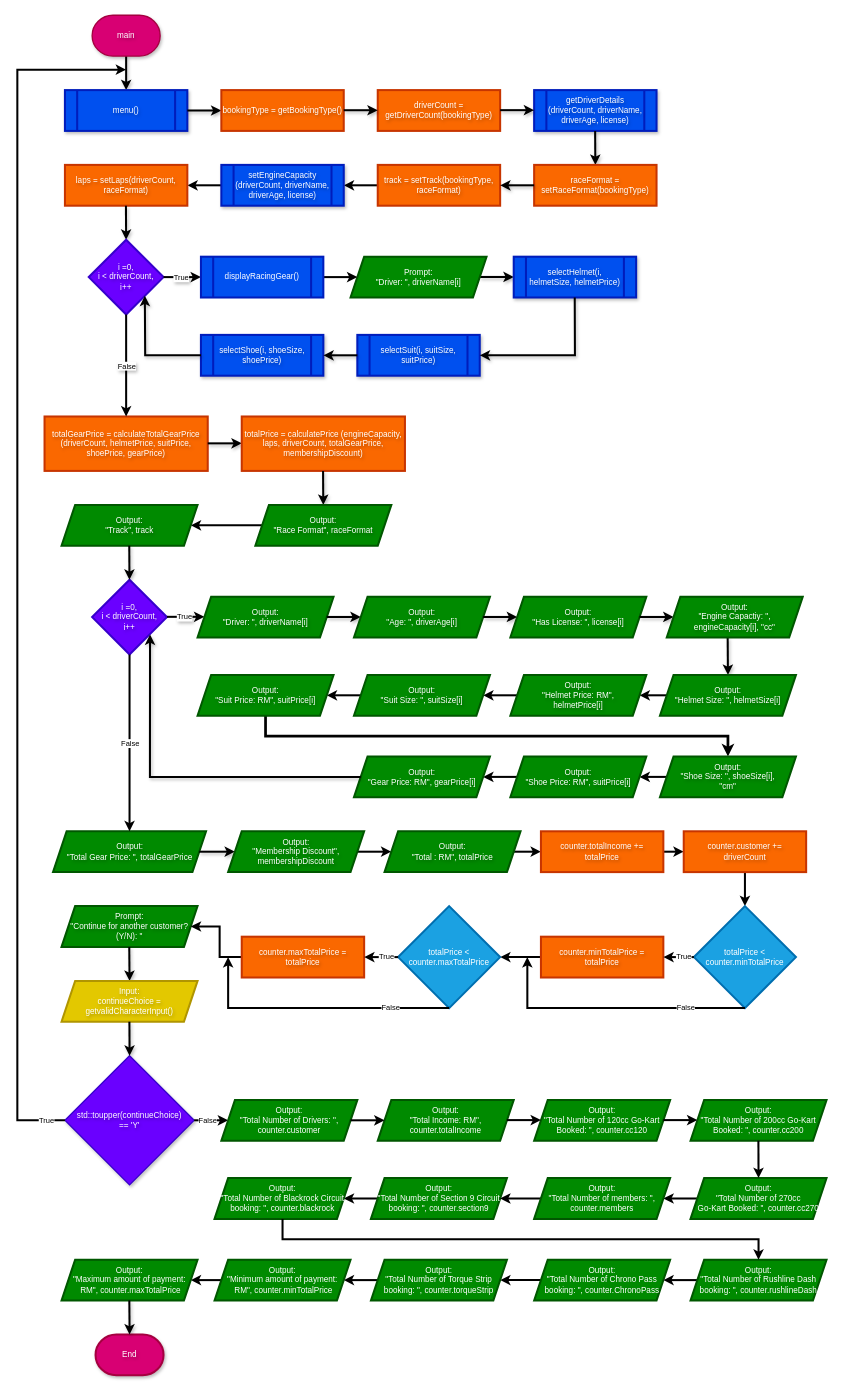
Before: Flowcharts (draw.io)/00. main.drawio in shahxvi/csc126-group-project, a draw.io diagram. Source tidied: cells renumbered, new cells numbered last; positions are measured from the earlier drawing's top-left corner, leaving out a move shared by most shapes. Both pictures are drawn from the tidied source at 68%, with x=0, y=0 at pixel (17, 15).
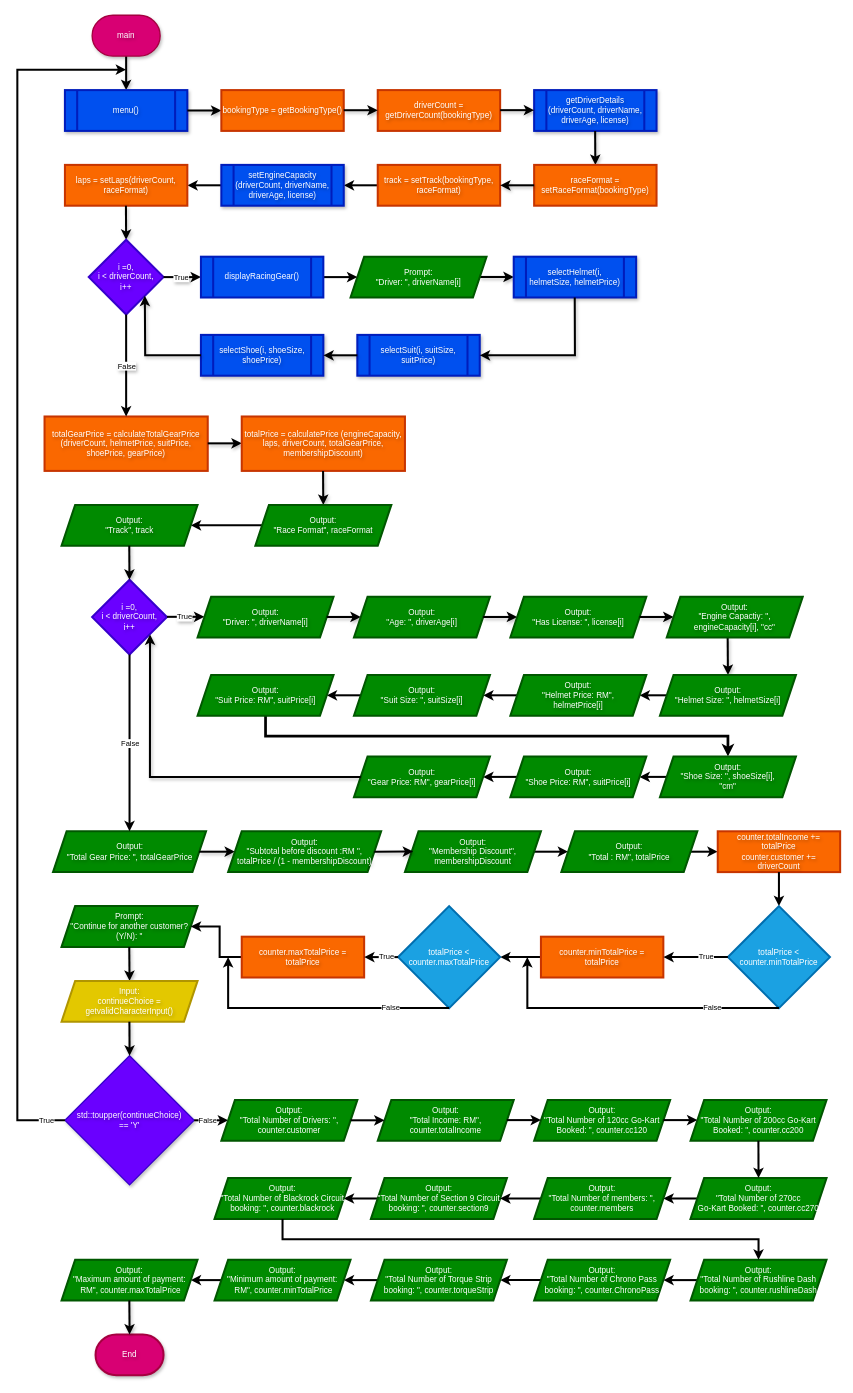
Above is the later version.

The edit, as a diff of the source:
```diff
@@
     <mxCell id="68" value="Output:&lt;br&gt;&quot;Membership Discount&quot;,&lt;br&gt;membershipDiscount" style="shape=parallelogram;perimeter=parallelogramPerimeter;whiteSpace=wrap;html=1;fixedSize=1;fillColor=#008a00;fontColor=#ffffff;strokeColor=#005700;textShadow=1;spacing=2;strokeWidth=3;" parent="1" vertex="1">
-      <mxGeometry x="310" y="1200" width="200" height="60" as="geometry" />
+      <mxGeometry x="570" y="1200" width="200" height="60" as="geometry" />
     </mxCell>
@@
     <mxCell id="70" value="Output:&lt;br&gt;&quot;Total : RM&quot;, totalPrice" style="shape=parallelogram;perimeter=parallelogramPerimeter;whiteSpace=wrap;html=1;fixedSize=1;fillColor=#008a00;fontColor=#ffffff;strokeColor=#005700;textShadow=1;spacing=2;strokeWidth=3;" parent="1" vertex="1">
-      <mxGeometry x="540" y="1200" width="200" height="60" as="geometry" />
+      <mxGeometry x="800" y="1200" width="200" height="60" as="geometry" />
     </mxCell>
-    <mxCell id="71" style="edgeStyle=none;html=1;strokeWidth=3;" parent="1" edge="1" source="72" target="74">
-      <mxGeometry relative="1" as="geometry" />
-    </mxCell>
-    <mxCell id="72" value="counter.totalIncome +=&lt;br&gt;totalPrice" style="whiteSpace=wrap;html=1;fillColor=#fa6800;fontColor=#FFFFFF;strokeColor=#C73500;strokeWidth=3;textShadow=1;spacing=2;" parent="1" vertex="1">
-      <mxGeometry x="770" y="1200" width="180" height="60" as="geometry" />
+    <mxCell id="72" value="counter.totalIncome +=&lt;br&gt;totalPrice&lt;br&gt;&lt;span style=&quot;color: rgb(255, 255, 255);&quot;&gt;counter.customer +=&lt;/span&gt;&lt;br&gt;&lt;span style=&quot;color: rgb(255, 255, 255);&quot;&gt;driverCount&lt;/span&gt;" style="whiteSpace=wrap;html=1;fillColor=#fa6800;fontColor=#FFFFFF;strokeColor=#C73500;strokeWidth=3;textShadow=1;spacing=2;" parent="1" vertex="1">
+      <mxGeometry x="1030" y="1200" width="180" height="60" as="geometry" />
     </mxCell>
-    <mxCell id="73" style="edgeStyle=none;html=1;strokeWidth=3;" parent="1" edge="1" source="74" target="110">
-      <mxGeometry relative="1" as="geometry" />
+    <mxCell id="73" style="edgeStyle=none;html=1;strokeWidth=3;" parent="1" edge="1">
+      <mxGeometry relative="1" as="geometry">
+        <mxPoint x="1120" y="1260" as="sourcePoint" />
+        <mxPoint x="1120" y="1310" as="targetPoint" />
+      </mxGeometry>
     </mxCell>
-    <mxCell id="74" value="counter.customer +=&lt;br&gt;driverCount" style="whiteSpace=wrap;html=1;fillColor=#fa6800;fontColor=#FFFFFF;strokeColor=#C73500;strokeWidth=3;textShadow=1;spacing=2;" parent="1" vertex="1">
-      <mxGeometry x="980" y="1200" width="180" height="60" as="geometry" />
-    </mxCell>
@@
     <mxCell id="110" value="totalPrice &amp;lt; counter.minTotalPrice" style="rhombus;whiteSpace=wrap;html=1;fillColor=#1ba1e2;fontColor=#ffffff;strokeColor=#006EAF;strokeWidth=3;" parent="1" vertex="1">
-      <mxGeometry x="995" y="1310" width="150" height="150" as="geometry" />
+      <mxGeometry x="1045" y="1310" width="150" height="150" as="geometry" />
     </mxCell>
@@
+    <mxCell id="124" value="&lt;span style=&quot;color: rgb(255, 255, 255);&quot;&gt;Output:&lt;/span&gt;&lt;br&gt;&lt;span style=&quot;color: rgb(255, 255, 255);&quot;&gt;&quot;Subtotal before discount :RM &quot;, totalPrice / (1 - membershipDiscount)&lt;/span&gt;" style="shape=parallelogram;perimeter=parallelogramPerimeter;whiteSpace=wrap;html=1;fixedSize=1;fillColor=#008a00;fontColor=#ffffff;strokeColor=#005700;textShadow=1;spacing=2;strokeWidth=3;" parent="1" vertex="1">
+      <mxGeometry x="310" y="1200" width="225" height="60" as="geometry" />
+    </mxCell>
+    <mxCell id="125" style="edgeStyle=none;html=1;strokeWidth=3;shadow=1;textShadow=1;spacing=2;exitX=1;exitY=0.5;exitDx=0;exitDy=0;" parent="1" edge="1" source="124">
+      <mxGeometry relative="1" as="geometry">
+        <mxPoint x="582" y="1229.7" as="targetPoint" />
+      </mxGeometry>
+    </mxCell>
```
